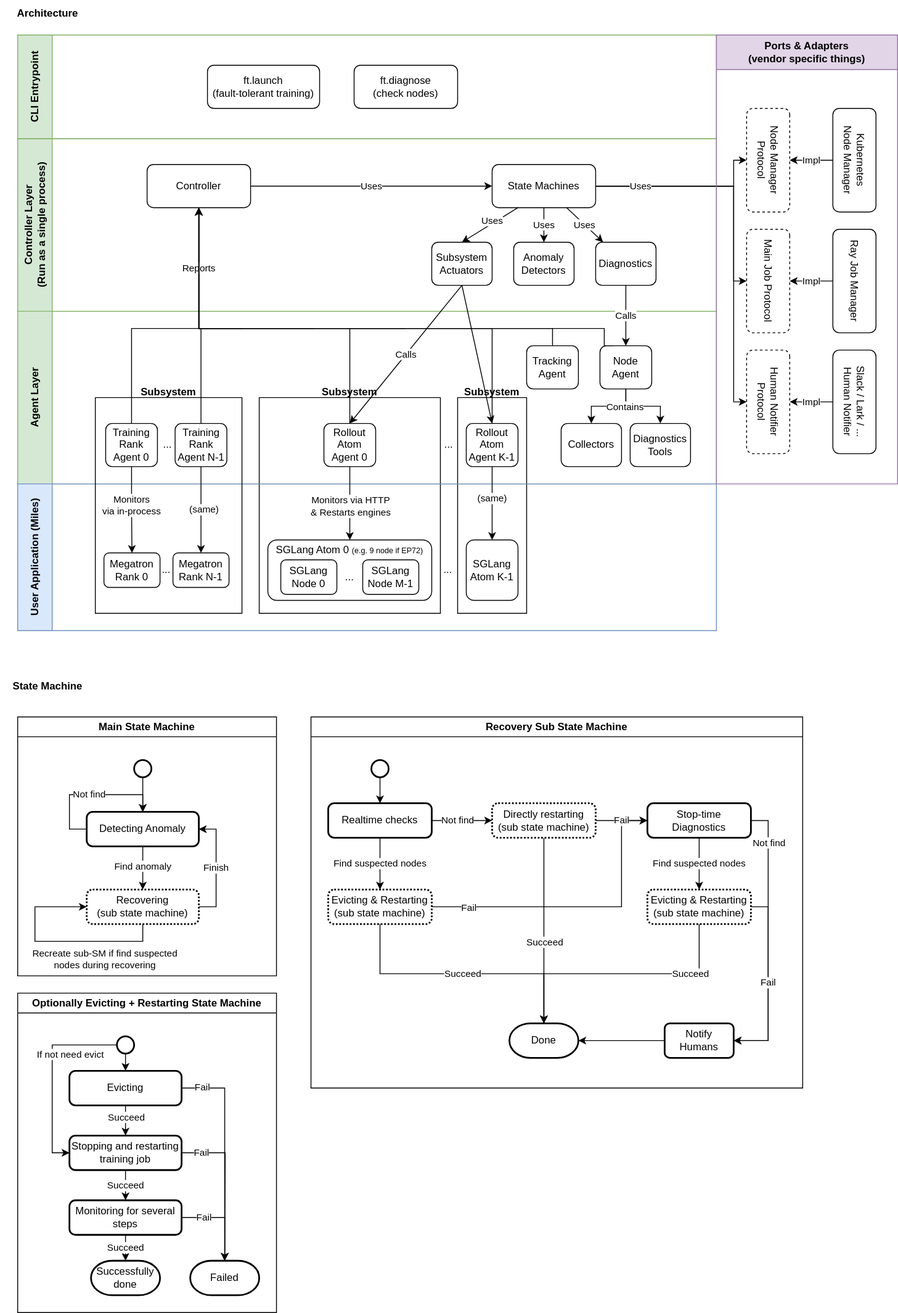
This is miles/utils/ft/ft_arch.svg from radixark/miles, a draw.io export, as it was before one commit. Source tidied: cells renumbered, new cells last; positions are measured from the earlier drawing's top-left corner, leaving out a move shared by most shapes.
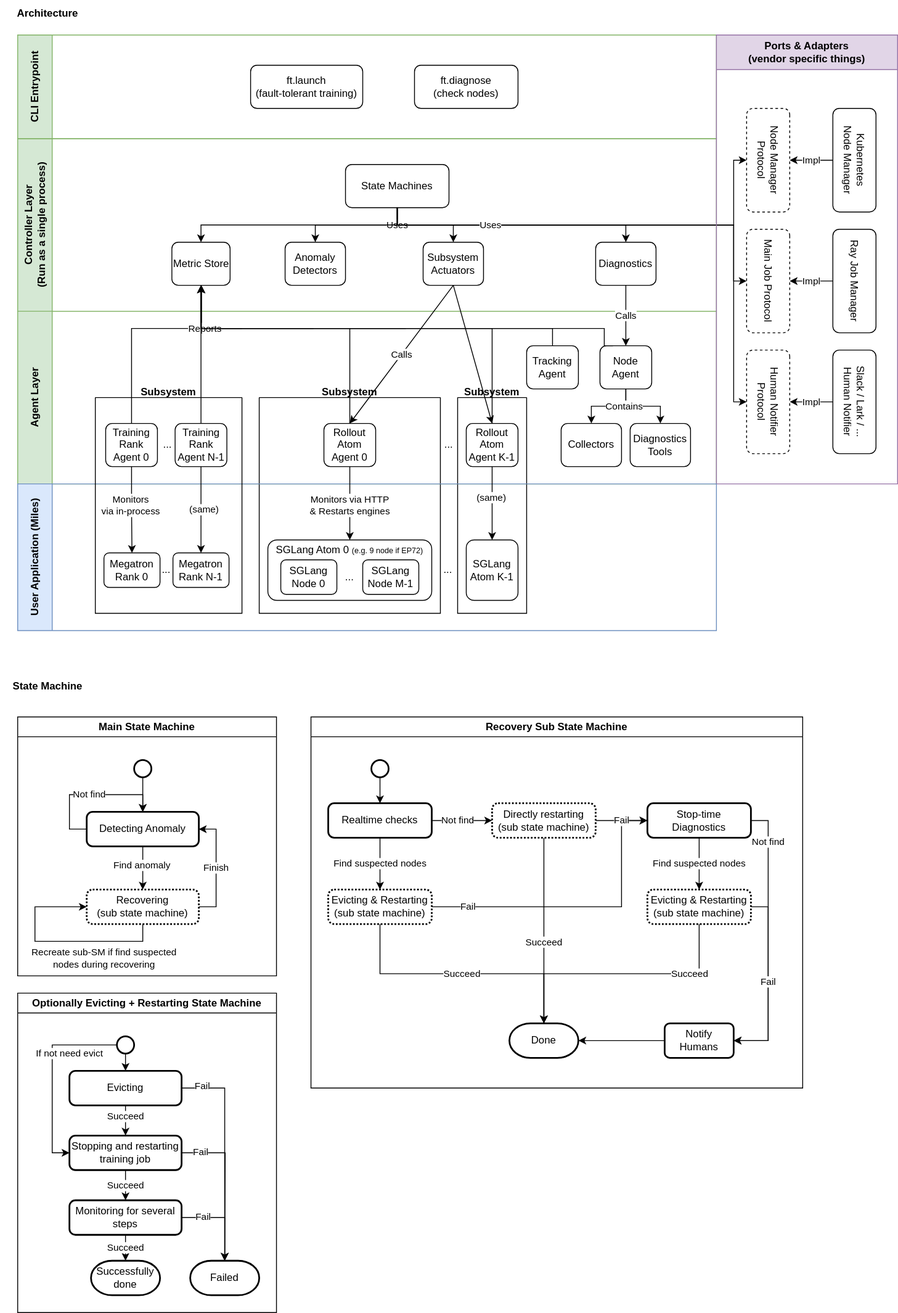
Above is the later version.

What changed in the source:
```diff
@@ -11,38 +11,33 @@
     <mxCell id="4" value="Controller Layer&lt;br&gt;(Run as a single process)" style="swimlane;horizontal=0;whiteSpace=wrap;html=1;startSize=40;fillColor=#d5e8d4;strokeColor=#82b366;" parent="1" vertex="1">
       <mxGeometry x="20" y="160" width="810" height="200" as="geometry" />
     </mxCell>
-    <mxCell id="5" value="Uses" style="rounded=0;jettySize=auto;html=1;exitX=1;exitY=0.5;exitDx=0;exitDy=0;entryX=0;entryY=0.5;entryDx=0;entryDy=0;" parent="4" edge="1" source="6" target="11">
-      <mxGeometry relative="1" as="geometry" />
-    </mxCell>
-    <mxCell id="6" value="Controller" style="rounded=1;whiteSpace=wrap;html=1;" parent="4" vertex="1">
-      <mxGeometry x="150" y="30" width="120" height="50" as="geometry" />
+    <mxCell id="6" value="Metric Store" style="rounded=1;whiteSpace=wrap;html=1;" parent="4" vertex="1">
+      <mxGeometry x="178.8" y="120" width="67.5" height="50" as="geometry" />
     </mxCell>
     <mxCell id="7" value="Diagnostics" style="rounded=1;whiteSpace=wrap;html=1;" parent="4" vertex="1">
       <mxGeometry x="670" y="120" width="70" height="50" as="geometry" />
     </mxCell>
     <mxCell id="8" value="Anomaly Detectors" style="rounded=1;whiteSpace=wrap;html=1;" parent="4" vertex="1">
-      <mxGeometry x="575" y="120" width="70" height="50" as="geometry" />
+      <mxGeometry x="310" y="120" width="70" height="50" as="geometry" />
     </mxCell>
+    <mxCell id="131" value="Uses" style="rounded=0;jettySize=auto;html=1;entryX=0.5;entryY=0;entryDx=0;entryDy=0;exitX=0.5;exitY=1;exitDx=0;exitDy=0;edgeStyle=orthogonalEdgeStyle;" parent="4" edge="1" source="11" target="6">
+      <mxGeometry x="-0.85" relative="1" as="geometry" />
+    </mxCell>
+    <mxCell id="10" style="edgeStyle=orthogonalEdgeStyle;rounded=0;jettySize=auto;html=1;exitX=0.5;exitY=1;exitDx=0;exitDy=0;entryX=0.5;entryY=0;entryDx=0;entryDy=0;" parent="4" edge="1" source="11" target="8">
+      <mxGeometry relative="1" as="geometry" />
+    </mxCell>
+    <mxCell id="13" style="edgeStyle=orthogonalEdgeStyle;rounded=0;jettySize=auto;html=1;exitX=0.5;exitY=1;exitDx=0;exitDy=0;entryX=0.5;entryY=0;entryDx=0;entryDy=0;" parent="4" edge="1" source="11" target="12">
+      <mxGeometry relative="1" as="geometry" />
+    </mxCell>
-    <mxCell id="9" value="Uses" style="rounded=0;jettySize=auto;html=1;" parent="4" edge="1" source="11" target="7">
+    <mxCell id="9" style="edgeStyle=orthogonalEdgeStyle;rounded=0;jettySize=auto;html=1;exitX=0.5;exitY=1;exitDx=0;exitDy=0;entryX=0.5;entryY=0;entryDx=0;entryDy=0;" parent="4" edge="1" source="11" target="7">
       <mxGeometry relative="1" as="geometry" />
     </mxCell>
-    <mxCell id="10" value="Uses" style="rounded=0;jettySize=auto;html=1;" parent="4" edge="1" source="11" target="8">
-      <mxGeometry relative="1" as="geometry" />
-    </mxCell>
     <mxCell id="11" value="State Machines" style="rounded=1;whiteSpace=wrap;html=1;" parent="4" vertex="1">
-      <mxGeometry x="550" y="30" width="120" height="50" as="geometry" />
+      <mxGeometry x="380" y="30" width="120" height="50" as="geometry" />
     </mxCell>
     <mxCell id="12" value="Subsystem Actuators" style="rounded=1;whiteSpace=wrap;html=1;" parent="4" vertex="1">
-      <mxGeometry x="480" y="120" width="70" height="50" as="geometry" />
+      <mxGeometry x="470" y="120" width="70" height="50" as="geometry" />
     </mxCell>
-    <mxCell id="13" style="rounded=0;jettySize=auto;html=1;exitX=0.25;exitY=1;exitDx=0;exitDy=0;entryX=0.5;entryY=0;entryDx=0;entryDy=0;" parent="4" edge="1" source="11" target="12">
-      <mxGeometry relative="1" as="geometry" />
-    </mxCell>
-    <mxCell id="14" value="Uses" style="edgeLabel;html=1;align=center;verticalAlign=middle;" parent="13" vertex="1">
-      <mxGeometry x="-0.09" y="-1" relative="1" as="geometry">
-        <mxPoint y="-3" as="offset" />
-      </mxGeometry>
-    </mxCell>
     <mxCell id="15" value="Agent Layer" style="swimlane;horizontal=0;whiteSpace=wrap;html=1;startSize=40;fillColor=#d5e8d4;strokeColor=#82b366;" parent="1" vertex="1">
       <mxGeometry x="20" y="360" width="810" height="200" as="geometry" />
     </mxCell>
@@ -98,7 +93,8 @@
         <Array as="points">
           <mxPoint x="700" y="400" />
           <mxPoint x="700" y="380" />
-          <mxPoint x="230" y="380" />
+          <mxPoint x="233" y="380" />
+          <mxPoint x="233" y="330" />
         </Array>
       </mxGeometry>
     </mxCell>
@@ -113,26 +109,30 @@
     <mxCell id="33" value="Calls" style="rounded=0;jettySize=auto;html=1;exitX=0.5;exitY=1;exitDx=0;exitDy=0;entryX=0.5;entryY=0;entryDx=0;entryDy=0;" parent="1" edge="1" source="7" target="17">
       <mxGeometry relative="1" as="geometry" />
     </mxCell>
-    <mxCell id="34" style="rounded=0;jettySize=auto;html=1;exitX=1;exitY=0.5;exitDx=0;exitDy=0;entryX=0.5;entryY=1;entryDx=0;entryDy=0;edgeStyle=orthogonalEdgeStyle;" parent="1" edge="1" source="11" target="97">
+    <mxCell id="34" style="rounded=0;jettySize=auto;html=1;exitX=0.5;exitY=1;exitDx=0;exitDy=0;entryX=0.5;entryY=1;entryDx=0;entryDy=0;edgeStyle=orthogonalEdgeStyle;" parent="1" edge="1" source="11" target="97">
       <mxGeometry relative="1" as="geometry">
         <Array as="points">
-          <mxPoint x="850" y="215" />
+          <mxPoint x="460" y="260" />
+          <mxPoint x="850" y="260" />
           <mxPoint x="850" y="325" />
         </Array>
       </mxGeometry>
     </mxCell>
-    <mxCell id="35" style="rounded=0;jettySize=auto;html=1;exitX=1;exitY=0.5;exitDx=0;exitDy=0;entryX=0.5;entryY=1;entryDx=0;entryDy=0;edgeStyle=orthogonalEdgeStyle;" parent="1" edge="1" source="11" target="96">
+    <mxCell id="35" style="rounded=0;jettySize=auto;html=1;entryX=0.5;entryY=1;entryDx=0;entryDy=0;edgeStyle=orthogonalEdgeStyle;" parent="1" edge="1" target="96">
       <mxGeometry relative="1" as="geometry">
+        <mxPoint x="460" y="240" as="sourcePoint" />
         <Array as="points">
-          <mxPoint x="850" y="215" />
+          <mxPoint x="460" y="260" />
+          <mxPoint x="850" y="260" />
           <mxPoint x="850" y="465" />
         </Array>
       </mxGeometry>
     </mxCell>
-    <mxCell id="36" value="Uses" style="rounded=0;jettySize=auto;html=1;exitX=1;exitY=0.5;exitDx=0;exitDy=0;entryX=0.5;entryY=1;entryDx=0;entryDy=0;edgeStyle=orthogonalEdgeStyle;" parent="1" edge="1" source="11" target="98">
+    <mxCell id="36" value="Uses" style="rounded=0;jettySize=auto;html=1;exitX=0.5;exitY=1;exitDx=0;exitDy=0;entryX=0.5;entryY=1;entryDx=0;entryDy=0;edgeStyle=orthogonalEdgeStyle;" parent="1" edge="1" source="11" target="98">
       <mxGeometry x="-0.49" relative="1" as="geometry">
         <Array as="points">
-          <mxPoint x="850" y="215" />
+          <mxPoint x="460" y="260" />
+          <mxPoint x="850" y="260" />
           <mxPoint x="850" y="185" />
         </Array>
       </mxGeometry>
@@ -341,10 +341,10 @@
       <mxGeometry x="20" y="40" width="810" height="120" as="geometry" />
     </mxCell>
     <mxCell id="93" value="ft.launch&lt;br&gt;(fault-tolerant training)" style="rounded=1;whiteSpace=wrap;html=1;" parent="92" vertex="1">
-      <mxGeometry x="220" y="35" width="130" height="50" as="geometry" />
+      <mxGeometry x="270" y="35" width="130" height="50" as="geometry" />
     </mxCell>
     <mxCell id="94" value="ft.diagnose&lt;br&gt;(check nodes)" style="rounded=1;whiteSpace=wrap;html=1;" parent="92" vertex="1">
-      <mxGeometry x="390" y="35" width="120" height="50" as="geometry" />
+      <mxGeometry x="460" y="35" width="120" height="50" as="geometry" />
     </mxCell>
     <mxCell id="95" value="Ports &amp;amp; Adapters&lt;br&gt;(vendor specific things)" style="swimlane;whiteSpace=wrap;html=1;startSize=40;fillColor=#e1d5e7;strokeColor=#9673a6;" parent="1" vertex="1">
       <mxGeometry x="830" y="40" width="210" height="520" as="geometry" />
@@ -472,7 +472,8 @@
       <mxGeometry relative="1" as="geometry">
         <Array as="points">
           <mxPoint x="640" y="380" />
-          <mxPoint x="230" y="380" />
+          <mxPoint x="233" y="380" />
+          <mxPoint x="233" y="330" />
         </Array>
       </mxGeometry>
     </mxCell>
```
